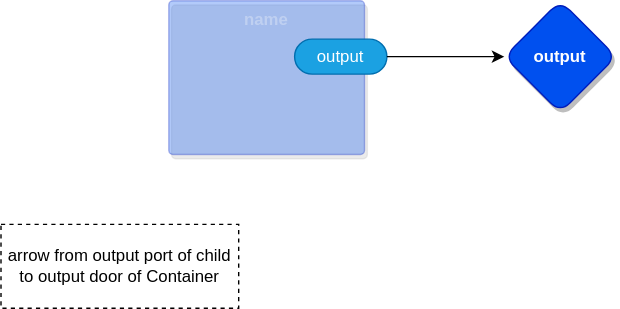
Before: DPL syntax/DPL syntax-up.drawio.svg, a diagram exported from draw.io (guitarvydas/0dproto). Source tidied: cells renumbered, new cells last; positions are measured from the earlier drawing's top-left corner, leaving out a move shared by most shapes.
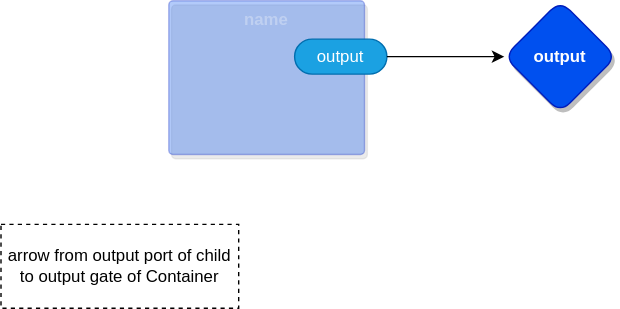
The same diagram one commit later.

Commit message:
edits to README.md and the diagrams in 'DPL syntax/*'

Diff of the diagram source:
```diff
@@ -8,7 +8,7 @@
     <mxCell id="3" value="output" style="rounded=1;whiteSpace=wrap;html=1;sketch=0;points=[[0,0.5,0,0,0],[1,0.5,0,0,0]];fillColor=#1ba1e2;fontColor=#ffffff;strokeColor=#006EAF;arcSize=50;" parent="2" vertex="1">
       <mxGeometry x="90" y="27.5" width="66" height="25" as="geometry" />
     </mxCell>
-    <mxCell id="4" value="arrow from output port of child to output door of Container" style="rounded=0;whiteSpace=wrap;html=1;dashed=1;" parent="1" vertex="1">
+    <mxCell id="4" value="arrow from output port of child to output gate of Container" style="rounded=0;whiteSpace=wrap;html=1;dashed=1;" parent="1" vertex="1">
       <mxGeometry y="160" width="170" height="60" as="geometry" />
     </mxCell>
     <mxCell id="5" value="output" style="rhombus;whiteSpace=wrap;html=1;rounded=1;fillColor=#0050ef;fontColor=#ffffff;strokeColor=#001DBC;fontStyle=1;glass=0;sketch=0;fontSize=12;points=[[0,0.5,0,0,0],[0.5,0,0,0,0],[0.5,1,0,0,0],[1,0.5,0,0,0]];shadow=1;" parent="1" vertex="1">
```
